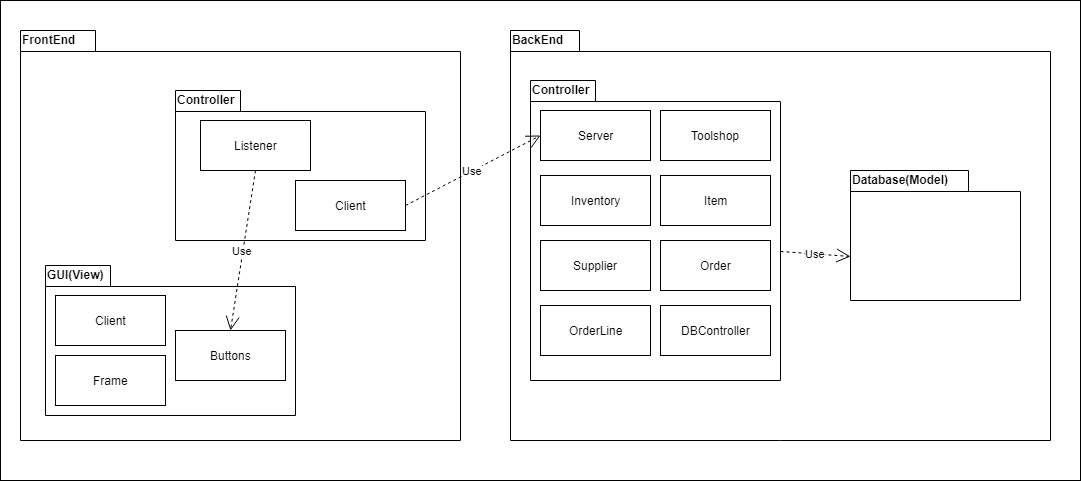
The draw.io diagram UMLDiagrams/FE-BEDiagram.png in antondotio/ENSFFinalProject, before a commit. Source tidied: cells renumbered, new cells last; positions are measured from the earlier drawing's top-left corner, leaving out a move shared by most shapes.
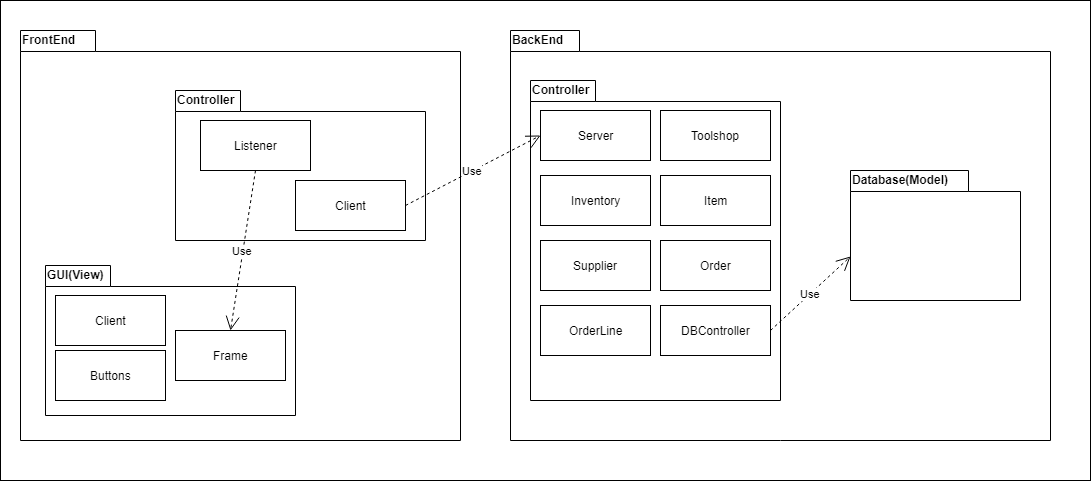
Above is the later version.

Change to the diagram source:
```diff
@@ -2,9 +2,9 @@
   <root>
     <mxCell id="0" />
     <mxCell id="1" parent="0" />
-    <mxCell id="2" style="rounded=0;whiteSpace=wrap;html=1;" parent="1" vertex="1">
-      <mxGeometry width="1080" height="480" as="geometry" />
-    </mxCell>
+    <mxCell id="31" style="rounded=0;whiteSpace=wrap;html=1;" parent="1" vertex="1">
+      <mxGeometry width="1090" height="480" as="geometry" />
+    </mxCell>
     <mxCell id="3" style="shape=folder;fontStyle=1;spacingTop=10;tabWidth=75;tabHeight=21;tabPosition=left;html=1;" parent="1" vertex="1">
       <mxGeometry x="20" y="30" width="440" height="410" as="geometry" />
     </mxCell>
@@ -27,10 +27,10 @@
       <mxGeometry x="55" y="295" width="110" height="50" as="geometry" />
     </mxCell>
     <mxCell id="10" value="Buttons" style="html=1;" parent="1" vertex="1">
-      <mxGeometry x="175" y="330" width="110" height="50" as="geometry" />
+      <mxGeometry x="55" y="350" width="110" height="50" as="geometry" />
     </mxCell>
     <mxCell id="11" value="Frame" style="html=1;" parent="1" vertex="1">
-      <mxGeometry x="55" y="355" width="110" height="50" as="geometry" />
+      <mxGeometry x="175" y="330" width="110" height="50" as="geometry" />
     </mxCell>
     <mxCell id="12" style="shape=folder;fontStyle=1;spacingTop=10;tabWidth=65;tabHeight=21;tabPosition=left;html=1;" parent="1" vertex="1">
       <mxGeometry x="175" y="90" width="250" height="150" as="geometry" />
@@ -44,11 +44,11 @@
     <mxCell id="15" value="Client" style="html=1;" parent="1" vertex="1">
       <mxGeometry x="295" y="180" width="110" height="50" as="geometry" />
     </mxCell>
-    <mxCell id="16" value="Use" style="endArrow=open;endSize=12;dashed=1;html=1;exitX=0.5;exitY=1;exitDx=0;exitDy=0;entryX=0.5;entryY=0;entryDx=0;entryDy=0;" parent="1" edge="1" source="14" target="10">
+    <mxCell id="16" value="Use" style="endArrow=open;endSize=12;dashed=1;html=1;exitX=0.5;exitY=1;exitDx=0;exitDy=0;entryX=0.5;entryY=0;entryDx=0;entryDy=0;" parent="1" edge="1" source="14" target="11">
       <mxGeometry relative="1" as="geometry" />
     </mxCell>
     <mxCell id="17" style="shape=folder;fontStyle=1;spacingTop=10;tabWidth=65;tabHeight=21;tabPosition=left;html=1;" parent="1" vertex="1">
-      <mxGeometry x="530" y="80" width="250" height="300" as="geometry" />
+      <mxGeometry x="530" y="80" width="250" height="320" as="geometry" />
     </mxCell>
     <mxCell id="18" value="&lt;b&gt;Controller&lt;/b&gt;" style="text;html=1;align=left;verticalAlign=top;spacingTop=-4;" parent="1" vertex="1">
       <mxGeometry x="530" y="80" width="70" height="20" as="geometry" />
@@ -86,7 +86,7 @@
     <mxCell id="29" value="Use" style="endArrow=open;endSize=12;dashed=1;html=1;exitX=1;exitY=0.5;exitDx=0;exitDy=0;entryX=0;entryY=0.5;entryDx=0;entryDy=0;" parent="1" edge="1" source="15" target="19">
       <mxGeometry relative="1" as="geometry" />
     </mxCell>
-    <mxCell id="30" value="Use" style="endArrow=open;endSize=12;dashed=1;html=1;exitX=0;exitY=0;exitDx=250;exitDy=170.5;exitPerimeter=0;entryX=0;entryY=0;entryDx=0;entryDy=85.5;entryPerimeter=0;" parent="1" edge="1" source="17" target="21">
+    <mxCell id="30" value="Use" style="endArrow=open;endSize=12;dashed=1;html=1;exitX=1;exitY=0.5;exitDx=0;exitDy=0;entryX=0;entryY=0;entryDx=0;entryDy=85.5;entryPerimeter=0;" parent="1" edge="1" source="24" target="21">
       <mxGeometry relative="1" as="geometry" />
     </mxCell>
   </root>
```
